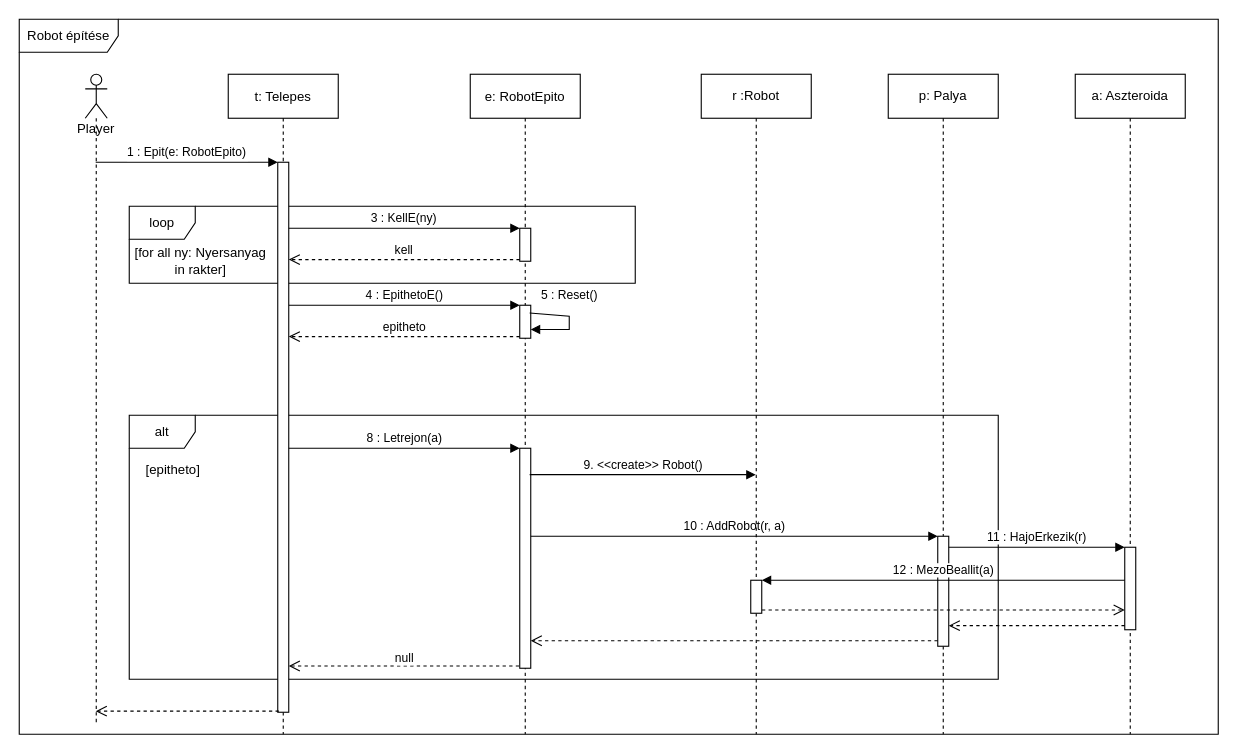
Earlier version of the draw.io diagram doc/uml/szekvencia_robotEpit.drawio (torpeBoiGo/aszteroidabanyaszat). Source tidied: cells renumbered, new cells numbered last; positions are measured from the earlier drawing's top-left corner, leaving out a move shared by most shapes. Both pictures are drawn from the tidied source at 110%, with x=0, y=0 at pixel (19, 19).
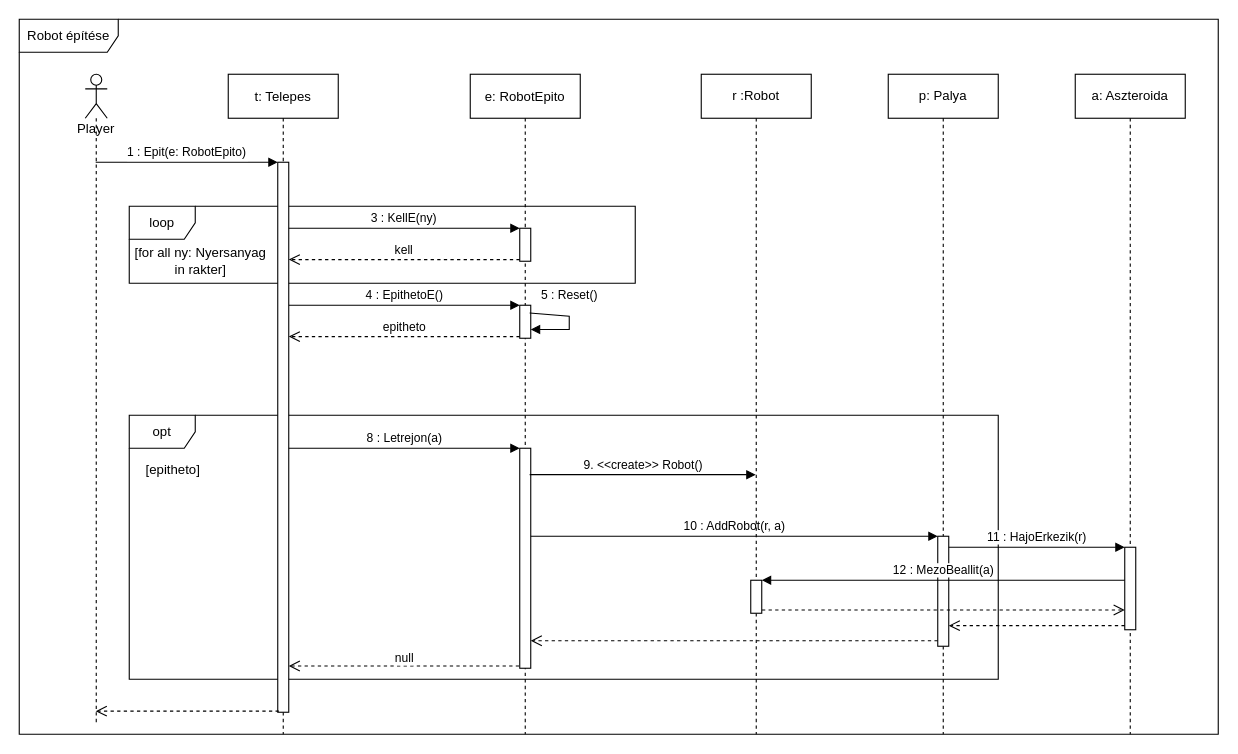
The same page after the edit.

Commit message:
Update szekvencia_robotEpit.drawio: alt helyett opt

Diff of the diagram source:
```diff
@@
-    <mxCell id="3" value="alt" style="shape=umlFrame;whiteSpace=wrap;html=1;" parent="1" vertex="1">
+    <mxCell id="3" value="opt" style="shape=umlFrame;whiteSpace=wrap;html=1;" parent="1" vertex="1">
       <mxGeometry x="100" y="360" width="790" height="240" as="geometry" />
     </mxCell>
```
